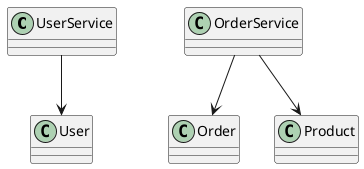
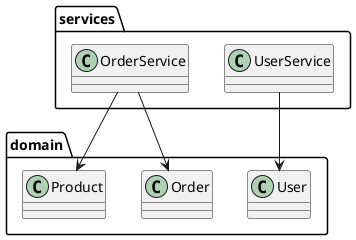
@startuml
- class UserService
- class OrderService
- class User
- class Order
- class Product
+ package "services" {
+   class UserService
+   class OrderService
+ }
+ package "domain" {
+   class User
+   class Order
+   class Product
+ }
UserService --> User
OrderService --> Order
OrderService --> Product
@enduml
